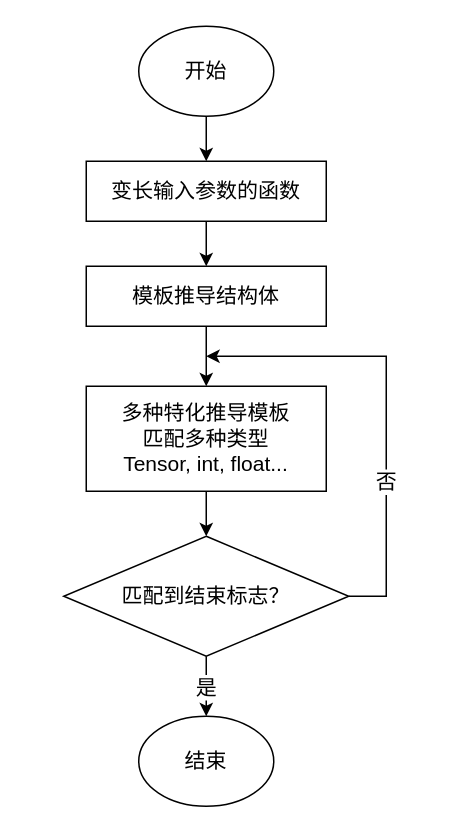
This is page "progress" (2 of 2) of Untitled op-lib.drawio from chenwhql/diagrams, a draw.io file, before an edit. Source tidied: cells renumbered, new cells numbered last; positions are measured from the earlier drawing's top-left corner, leaving out a move shared by most shapes. Both pictures are drawn from the tidied source at 150%, with x=0, y=0 at pixel (63, 26).
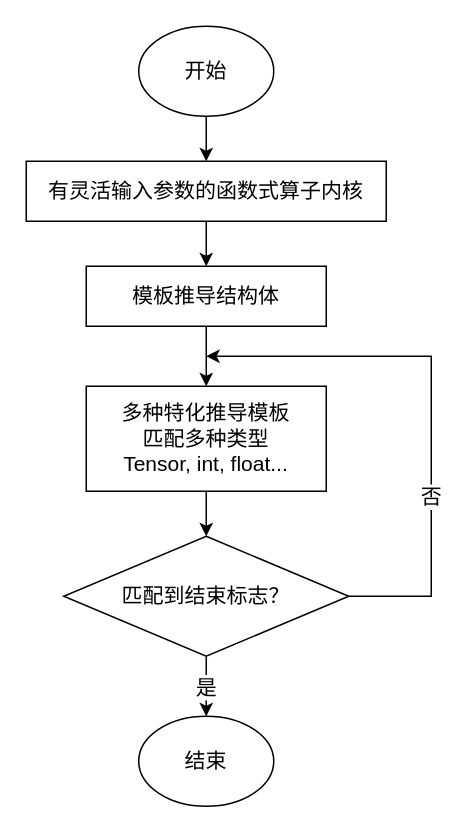
The same diagram, later.

The edit, as a diff of the source:
```diff
@@
 <mxGraphModel>
   <root>
     <mxCell id="0" />
     <mxCell id="1" parent="0" />
     <mxCell id="2" style="edgeStyle=orthogonalEdgeStyle;rounded=0;jettySize=auto;html=1;exitX=0.5;exitY=1;exitDx=0;exitDy=0;entryX=0.5;entryY=0;entryDx=0;entryDy=0;fontSize=14;" parent="1" edge="1" source="3" target="5">
       <mxGeometry relative="1" as="geometry" />
     </mxCell>
-    <mxCell id="3" value="变长输入参数的函数" style="rounded=0;whiteSpace=wrap;html=1;fontSize=14;" parent="1" vertex="1">
-      <mxGeometry x="15" y="90" width="160" height="40" as="geometry" />
+    <mxCell id="3" value="有灵活输入参数的函数式算子内核" style="rounded=0;whiteSpace=wrap;html=1;fontSize=14;" parent="1" vertex="1">
+      <mxGeometry x="-25" y="90" width="240" height="40" as="geometry" />
     </mxCell>
     <mxCell id="4" style="edgeStyle=orthogonalEdgeStyle;rounded=0;jettySize=auto;html=1;exitX=0.5;exitY=1;exitDx=0;exitDy=0;entryX=0.5;entryY=0;entryDx=0;entryDy=0;fontSize=14;" parent="1" edge="1" source="5" target="9">
       <mxGeometry relative="1" as="geometry" />
     </mxCell>
     <mxCell id="5" value="模板推导结构体" style="rounded=0;whiteSpace=wrap;html=1;fontSize=14;" parent="1" vertex="1">
       <mxGeometry x="15" y="160" width="160" height="40" as="geometry" />
     </mxCell>
     <mxCell id="6" style="edgeStyle=orthogonalEdgeStyle;rounded=0;jettySize=auto;html=1;exitX=0.5;exitY=1;exitDx=0;exitDy=0;entryX=0.5;entryY=0;entryDx=0;entryDy=0;fontSize=14;" parent="1" edge="1" source="7" target="3">
       <mxGeometry relative="1" as="geometry" />
     </mxCell>
     <mxCell id="7" value="开始" style="ellipse;whiteSpace=wrap;html=1;fontSize=14;" parent="1" vertex="1">
       <mxGeometry x="50" width="90" height="60" as="geometry" />
     </mxCell>
     <mxCell id="8" style="edgeStyle=orthogonalEdgeStyle;rounded=0;jettySize=auto;html=1;exitX=0.5;exitY=1;exitDx=0;exitDy=0;entryX=0.5;entryY=0;entryDx=0;entryDy=0;fontSize=14;" parent="1" edge="1" source="9" target="14">
       <mxGeometry relative="1" as="geometry" />
     </mxCell>
     <mxCell id="9" value="多种特化推导模板&lt;br style=&quot;font-size: 14px;&quot;&gt;匹配多种类型&lt;br style=&quot;font-size: 14px;&quot;&gt;Tensor, int, float..." style="rounded=0;whiteSpace=wrap;html=1;fontSize=14;" parent="1" vertex="1">
       <mxGeometry x="15" y="240" width="160" height="70" as="geometry" />
     </mxCell>
     <mxCell id="10" style="edgeStyle=orthogonalEdgeStyle;rounded=0;jettySize=auto;html=1;exitX=1;exitY=0.5;exitDx=0;exitDy=0;fontSize=14;" parent="1" edge="1" source="14">
       <mxGeometry relative="1" as="geometry">
         <mxPoint x="95" y="220" as="targetPoint" />
         <Array as="points">
-          <mxPoint x="215" y="380" />
-          <mxPoint x="215" y="220" />
+          <mxPoint x="245" y="380" />
+          <mxPoint x="245" y="220" />
         </Array>
       </mxGeometry>
     </mxCell>
     <mxCell id="11" value="否" style="edgeLabel;html=1;align=center;verticalAlign=middle;fontSize=14;" parent="10" vertex="1">
       <mxGeometry x="-0.33" y="1" relative="1" as="geometry" />
     </mxCell>
     <mxCell id="12" style="edgeStyle=orthogonalEdgeStyle;rounded=0;jettySize=auto;html=1;exitX=0.5;exitY=1;exitDx=0;exitDy=0;entryX=0.5;entryY=0;entryDx=0;entryDy=0;fontSize=14;" parent="1" edge="1" source="14" target="15">
       <mxGeometry relative="1" as="geometry" />
     </mxCell>
     <mxCell id="13" value="是" style="edgeLabel;html=1;align=center;verticalAlign=middle;fontSize=14;" parent="12" vertex="1">
       <mxGeometry y="-1" relative="1" as="geometry" />
     </mxCell>
     <mxCell id="14" value="匹配到结束标志？" style="rhombus;whiteSpace=wrap;html=1;fontSize=14;" parent="1" vertex="1">
       <mxGeometry y="340" width="190" height="80" as="geometry" />
     </mxCell>
     <mxCell id="15" value="结束" style="ellipse;whiteSpace=wrap;html=1;fontSize=14;" parent="1" vertex="1">
       <mxGeometry x="50" y="460" width="90" height="60" as="geometry" />
     </mxCell>
   </root>
 </mxGraphModel>
```
